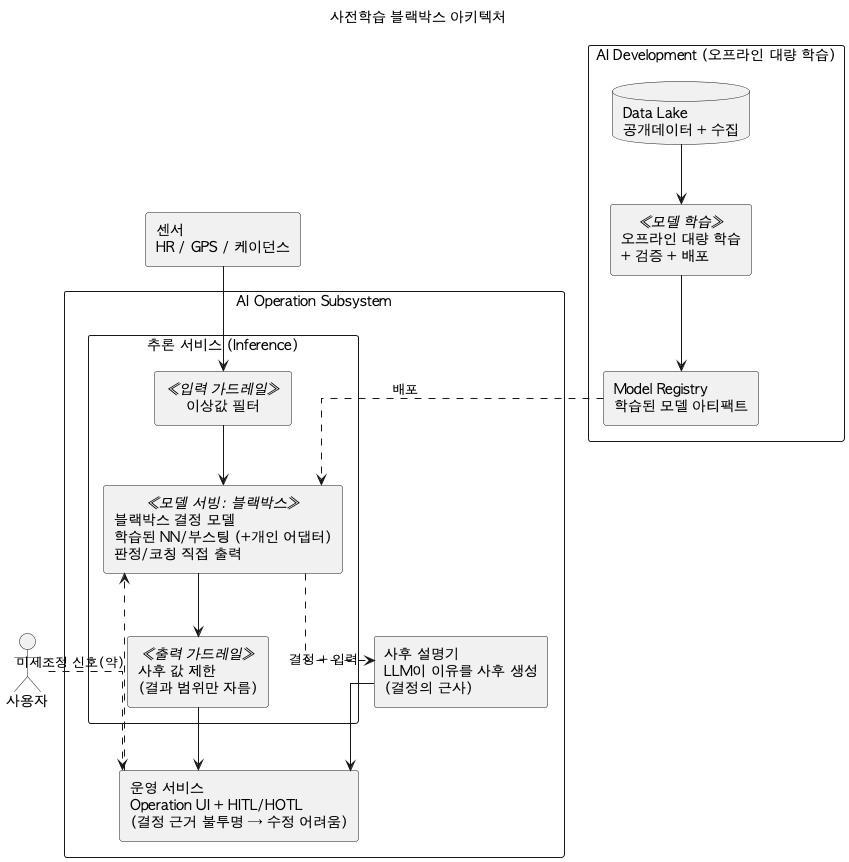
This is arch/diagrams/04b-counter-component-cnc-simple.png from tenyearslove/zone2runner, a PlantUML export, as it was before one commit.
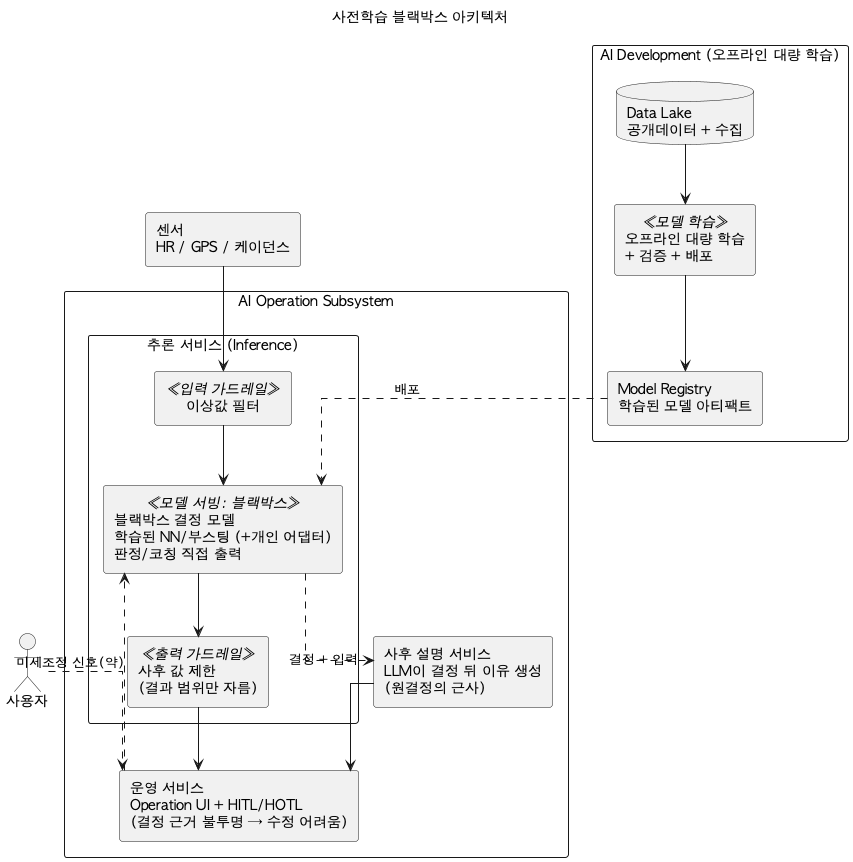
The same diagram one commit later.

The edit, as a diff of the source:
```diff
@@ -17,7 +17,7 @@
     IG --> MODEL
     MODEL --> OG
   }
-  component "사후 설명기\nLLM이 이유를 사후 생성\n(결정의 근사)" as POST
+  component "사후 설명 서비스\nLLM이 결정 뒤 이유 생성\n(원결정의 근사)" as POST
   component "운영 서비스\nOperation UI + HITL/HOTL\n(결정 근거 불투명 → 수정 어려움)" as OPS
 }
 
```
